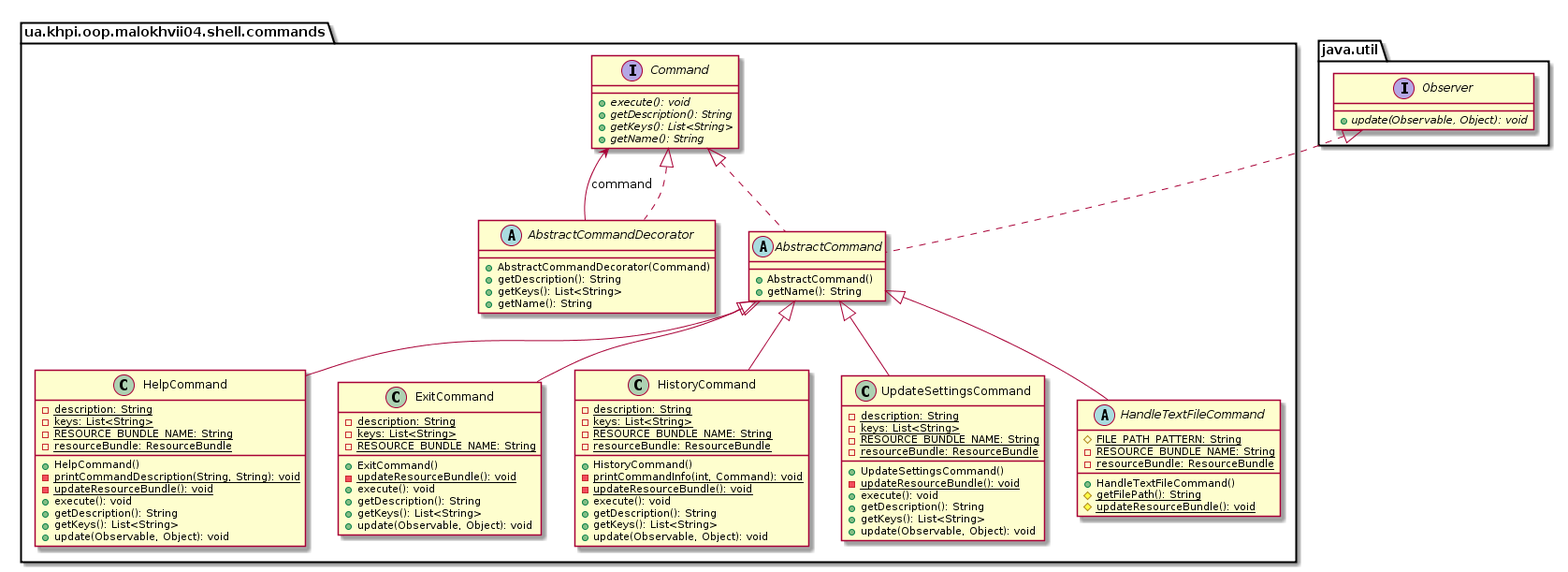
This is malokhvii-eduard/malokhvii04/doc/plantuml/png/ua.khpi.oop.malokhvii04.shell.commands.package.png from P-Kalin/kit26a, a PlantUML export, as it was before one commit.
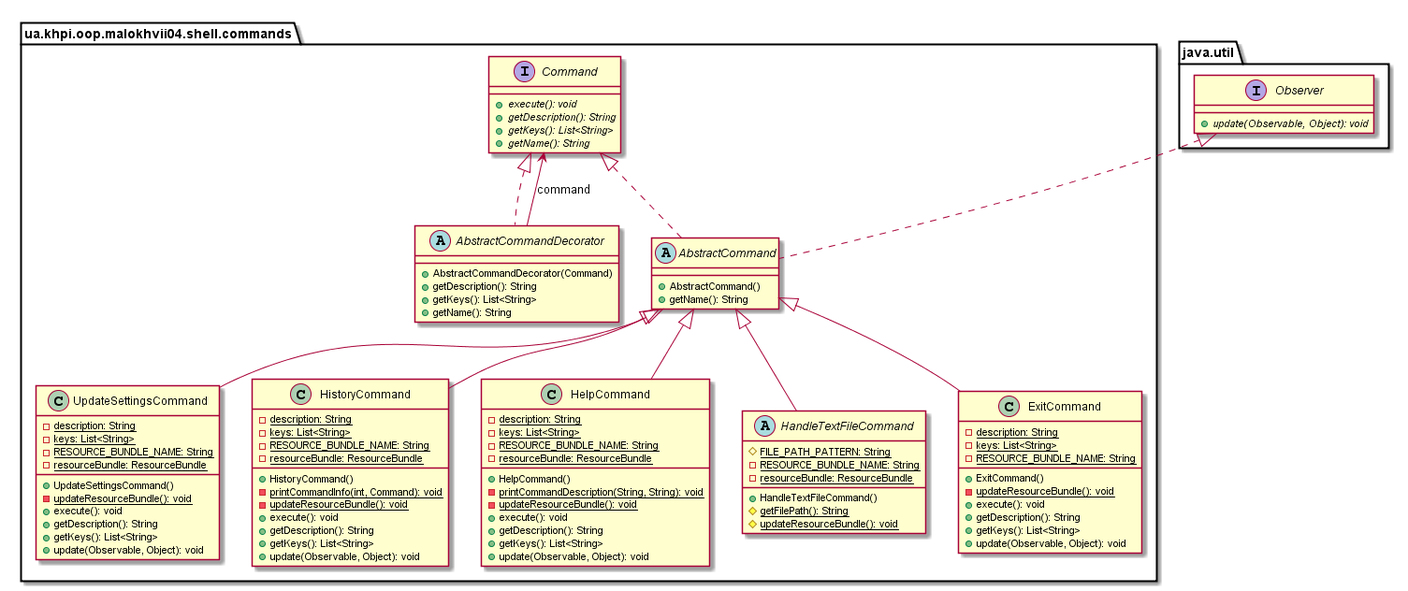
The same diagram one commit later.

Change to the diagram source:
```diff
@@ -2,11 +2,31 @@
 
     namespace ua.khpi.oop.malokhvii04.shell.commands {
 
-        interface Command {
-            {abstract} +execute(): void
-            {abstract} +getDescription(): String
-            {abstract} +getKeys(): List<String>
-            {abstract} +getName(): String
+        class UpdateSettingsCommand {
+            {static} -description: String
+            {static} -keys: List<String>
+            {static} -RESOURCE_BUNDLE_NAME: String
+            {static} -resourceBundle: ResourceBundle
+            +UpdateSettingsCommand()
+            {static} -updateResourceBundle(): void
+            +execute(): void
+            +getDescription(): String
+            +getKeys(): List<String>
+            +update(Observable, Object): void
+        }
+
+        class HistoryCommand {
+            {static} -description: String
+            {static} -keys: List<String>
+            {static} -RESOURCE_BUNDLE_NAME: String
+            {static} -resourceBundle: ResourceBundle
+            +HistoryCommand()
+            {static} -printCommandInfo(int, Command): void
+            {static} -updateResourceBundle(): void
+            +execute(): void
+            +getDescription(): String
+            +getKeys(): List<String>
+            +update(Observable, Object): void
         }
 
         class HelpCommand {
@@ -23,6 +43,15 @@
             +update(Observable, Object): void
         }
 
+        abstract class HandleTextFileCommand {
+            {static} #FILE_PATH_PATTERN: String
+            {static} -RESOURCE_BUNDLE_NAME: String
+            {static} -resourceBundle: ResourceBundle
+            +HandleTextFileCommand()
+            {static} #getFilePath(): String
+            {static} #updateResourceBundle(): void
+        }
+
         class ExitCommand {
             {static} -description: String
             {static} -keys: List<String>
@@ -35,45 +64,11 @@
             +update(Observable, Object): void
         }
 
-        abstract class AbstractCommand {
-            +AbstractCommand()
-            +getName(): String
-        }
-
-        class HistoryCommand {
-            {static} -description: String
-            {static} -keys: List<String>
-            {static} -RESOURCE_BUNDLE_NAME: String
-            {static} -resourceBundle: ResourceBundle
-            +HistoryCommand()
-            {static} -printCommandInfo(int, Command): void
-            {static} -updateResourceBundle(): void
-            +execute(): void
-            +getDescription(): String
-            +getKeys(): List<String>
-            +update(Observable, Object): void
-        }
-
-        class UpdateSettingsCommand {
-            {static} -description: String
-            {static} -keys: List<String>
-            {static} -RESOURCE_BUNDLE_NAME: String
-            {static} -resourceBundle: ResourceBundle
-            +UpdateSettingsCommand()
-            {static} -updateResourceBundle(): void
-            +execute(): void
-            +getDescription(): String
-            +getKeys(): List<String>
-            +update(Observable, Object): void
-        }
-
-        abstract class HandleTextFileCommand {
-            {static} #FILE_PATH_PATTERN: String
-            {static} -RESOURCE_BUNDLE_NAME: String
-            {static} -resourceBundle: ResourceBundle
-            +HandleTextFileCommand()
-            {static} #getFilePath(): String
-            {static} #updateResourceBundle(): void
+        interface Command {
+            {abstract} +execute(): void
+            {abstract} +getDescription(): String
+            {abstract} +getKeys(): List<String>
+            {abstract} +getName(): String
         }
 
         abstract class AbstractCommandDecorator {
@@ -83,9 +78,22 @@
             +getName(): String
         }
 
+        abstract class AbstractCommand {
+            +AbstractCommand()
+            +getName(): String
+        }
+
+        AbstractCommand <|-- UpdateSettingsCommand
+
+        AbstractCommand <|-- HistoryCommand
+
         AbstractCommand <|-- HelpCommand
 
+        AbstractCommand <|-- HandleTextFileCommand
+
         AbstractCommand <|-- ExitCommand
+
+        Command <|.. AbstractCommandDecorator
 
         Command <|.. AbstractCommand
 
@@ -94,14 +102,6 @@
         }
         java.util.Observer <|.. AbstractCommand
 
-        AbstractCommand <|-- HistoryCommand
-
-        AbstractCommand <|-- UpdateSettingsCommand
-
-        AbstractCommand <|-- HandleTextFileCommand
-
-        Command <|.. AbstractCommandDecorator
-
         AbstractCommandDecorator --> Command: command
 
     }
```
